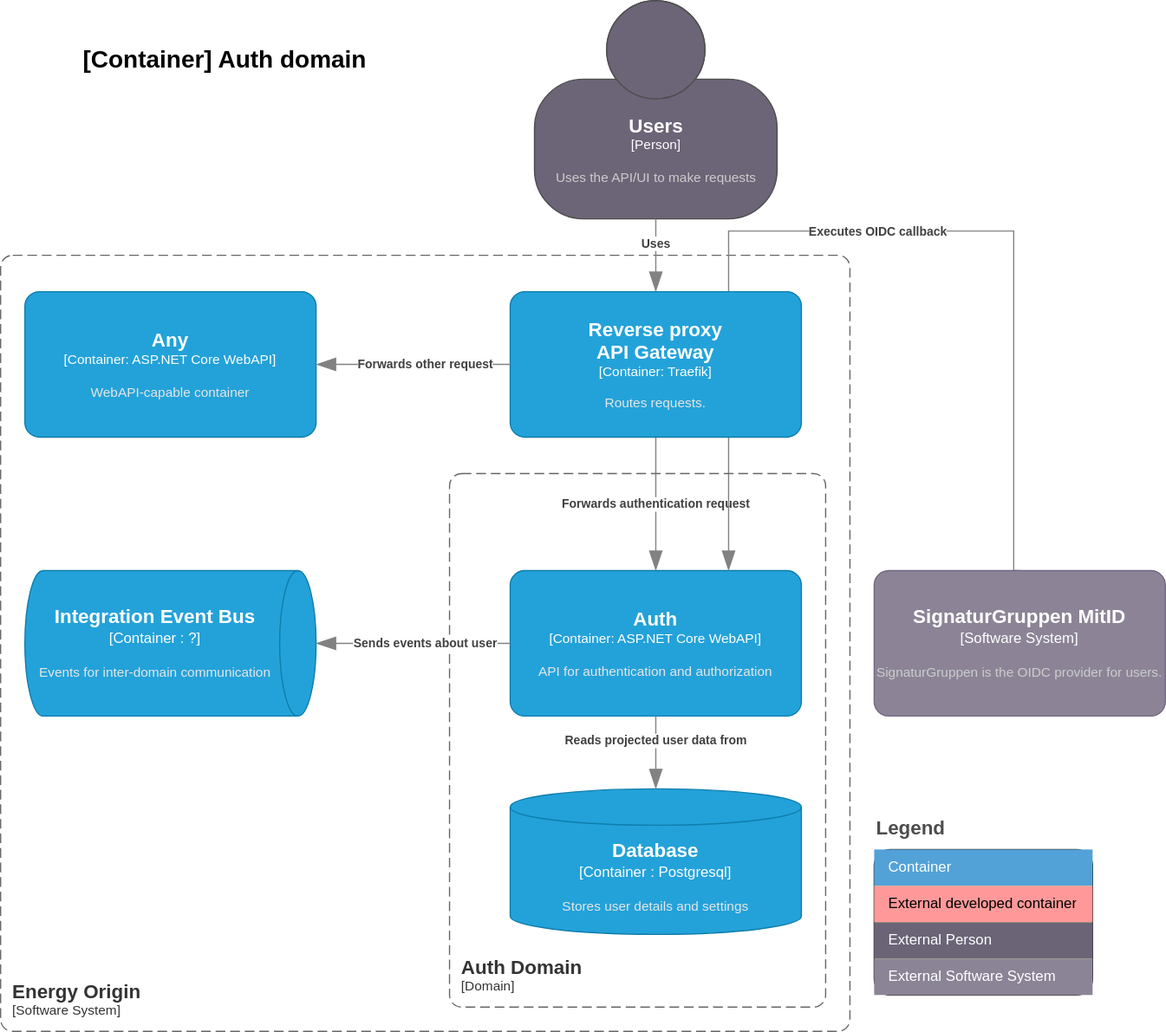
The draw.io diagram doc/architecture/diagrams/auth.container.drawio.svg in Energinet-DataHub/energy-origin, before a commit. Source tidied: cells renumbered, new cells last; positions are measured from the earlier drawing's top-left corner, leaving out a move shared by most shapes.
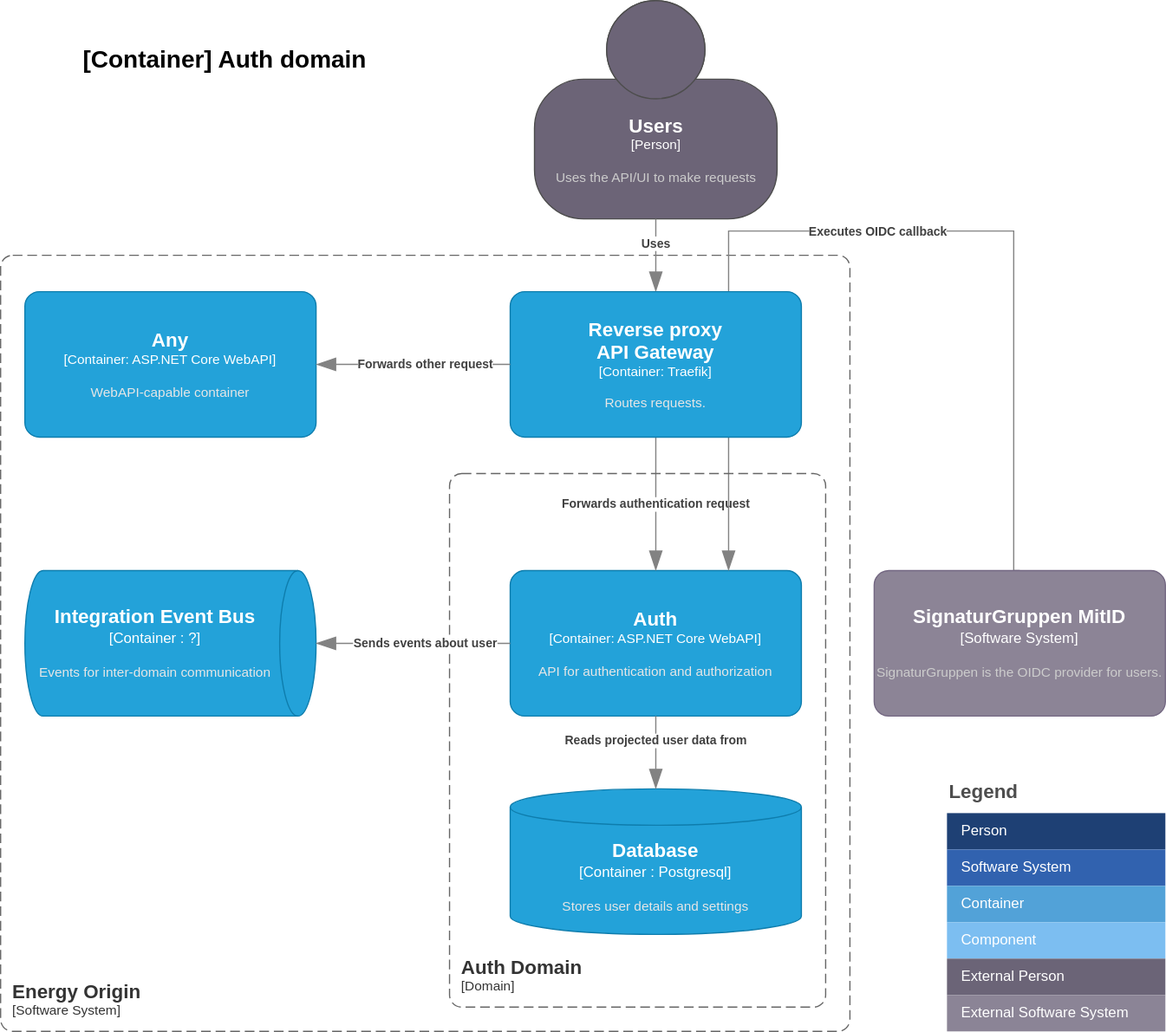
The same diagram one commit later.

Change to the diagram source:
```diff
@@ -52,24 +52,6 @@
         </mxGeometry>
       </mxCell>
     </object>
-    <mxCell id="11" value="Legend" style="align=left;fontSize=16;fontStyle=1;strokeColor=none;fillColor=none;fontColor=#4D4D4D;spacingTop=-8;" parent="1" vertex="1">
-      <mxGeometry x="720" y="670" width="180" height="30" as="geometry" />
-    </mxCell>
-    <mxCell id="12" style="shape=table;html=1;whiteSpace=wrap;startSize=0;fillColor=#ffff88;align=left;spacingLeft=10;strokeColor=#36393d;rounded=1;arcSize=11;" parent="1" vertex="1">
-      <mxGeometry x="720" y="700" width="180" height="120" as="geometry" />
-    </mxCell>
-    <mxCell id="13" value="Container" style="shape=partialRectangle;html=1;whiteSpace=wrap;fillColor=#52A2D8;top=0;left=0;bottom=0;right=0;overflow=hidden;align=left;spacingLeft=10;fontColor=#FFFFFF;" parent="12" vertex="1">
-      <mxGeometry width="180" height="30" as="geometry" />
-    </mxCell>
-    <mxCell id="14" value="External developed container" style="shape=partialRectangle;html=1;whiteSpace=wrap;fillColor=#FF9999;top=0;left=0;bottom=0;right=0;overflow=hidden;align=left;spacingLeft=10;strokeColor=#b85450;" parent="12" vertex="1">
-      <mxGeometry y="30" width="180" height="30" as="geometry" />
-    </mxCell>
-    <mxCell id="15" value="External Person" style="shape=partialRectangle;html=1;whiteSpace=wrap;fillColor=#6B6477;top=0;left=0;bottom=0;right=0;overflow=hidden;align=left;spacingLeft=10;fontColor=#FFFFFF;" parent="12" vertex="1">
-      <mxGeometry y="60" width="180" height="30" as="geometry" />
-    </mxCell>
-    <mxCell id="16" value="External Software System" style="shape=partialRectangle;html=1;whiteSpace=wrap;fillColor=#8B8496;top=0;left=0;bottom=0;right=0;overflow=hidden;align=left;spacingLeft=10;fontColor=#FFFFFF;" parent="12" vertex="1">
-      <mxGeometry y="90" width="180" height="30" as="geometry" />
-    </mxCell>
     <object id="17" label="&lt;font style=&quot;font-size: 16px&quot;&gt;&lt;b&gt;&lt;div style=&quot;text-align: left&quot;&gt;%c4Name%&lt;/div&gt;&lt;/b&gt;&lt;/font&gt;&lt;div style=&quot;text-align: left&quot;&gt;[%c4Application%]&lt;/div&gt;" c4Application="Domain" c4Name="Auth Domain" c4Type="SystemScopeBoundary" placeholders="1">
       <mxCell style="rounded=1;fontSize=11;whiteSpace=wrap;html=1;dashed=1;arcSize=20;fillColor=none;strokeColor=#666666;fontColor=#333333;labelBackgroundColor=none;align=left;verticalAlign=bottom;labelBorderColor=none;spacingTop=0;spacing=10;dashPattern=8 4;perimeter=rectanglePerimeter;noLabel=0;labelPadding=0;absoluteArcSize=1;" parent="1" vertex="1">
         <mxGeometry x="370" y="390" width="310" height="440" as="geometry" />
@@ -113,5 +95,29 @@
         </mxGeometry>
       </mxCell>
     </object>
+    <mxCell id="11" value="Legend" style="align=left;fontSize=16;fontStyle=1;strokeColor=none;fillColor=none;fontColor=#4D4D4D;spacingTop=-8;" parent="1" vertex="1">
+      <mxGeometry x="780" y="640" width="180" height="30" as="geometry" />
+    </mxCell>
+    <mxCell id="25" style="shape=table;html=1;whiteSpace=wrap;startSize=0;fillColor=none;align=left;spacingLeft=10;strokeColor=none;rounded=1;arcSize=11;fontColor=#FFFFFF;" parent="1" vertex="1">
+      <mxGeometry x="780" y="670" width="180" height="180" as="geometry" />
+    </mxCell>
+    <mxCell id="26" value="Person" style="shape=partialRectangle;html=1;whiteSpace=wrap;fillColor=#1E4074;top=0;left=0;bottom=0;right=0;overflow=hidden;align=left;spacingLeft=10;strokeColor=none;fontColor=#FFFFFF;" parent="25" vertex="1">
+      <mxGeometry width="180" height="30" as="geometry" />
+    </mxCell>
+    <mxCell id="27" value="Software System" style="shape=partialRectangle;html=1;whiteSpace=wrap;fillColor=#3162AF;top=0;left=0;bottom=0;right=0;overflow=hidden;align=left;spacingLeft=10;fontColor=#FFFFFF;" parent="25" vertex="1">
+      <mxGeometry y="30" width="180" height="30" as="geometry" />
+    </mxCell>
+    <mxCell id="13" value="Container" style="shape=partialRectangle;html=1;whiteSpace=wrap;fillColor=#52A2D8;top=0;left=0;bottom=0;right=0;overflow=hidden;align=left;spacingLeft=10;fontColor=#FFFFFF;" parent="25" vertex="1">
+      <mxGeometry y="60" width="180" height="30" as="geometry" />
+    </mxCell>
+    <mxCell id="28" value="Component" style="shape=partialRectangle;html=1;whiteSpace=wrap;fillColor=#7CBEF1;top=0;left=0;bottom=0;right=0;overflow=hidden;align=left;spacingLeft=10;fontColor=#FFFFFF;" parent="25" vertex="1">
+      <mxGeometry y="90" width="180" height="30" as="geometry" />
+    </mxCell>
+    <mxCell id="15" value="External Person" style="shape=partialRectangle;html=1;whiteSpace=wrap;fillColor=#6B6477;top=0;left=0;bottom=0;right=0;overflow=hidden;align=left;spacingLeft=10;fontColor=#FFFFFF;" parent="25" vertex="1">
+      <mxGeometry y="120" width="180" height="30" as="geometry" />
+    </mxCell>
+    <mxCell id="16" value="External Software System" style="shape=partialRectangle;html=1;whiteSpace=wrap;fillColor=#8B8496;top=0;left=0;bottom=0;right=0;overflow=hidden;align=left;spacingLeft=10;fontColor=#FFFFFF;" parent="25" vertex="1">
+      <mxGeometry y="150" width="180" height="30" as="geometry" />
+    </mxCell>
   </root>
 </mxGraphModel>
```
